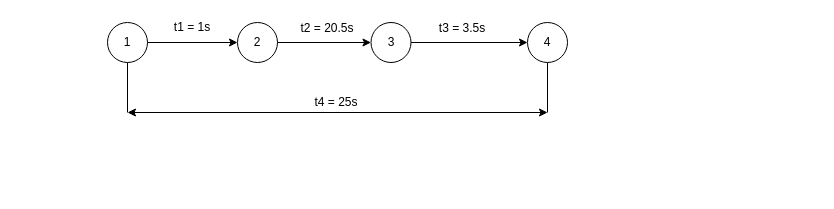
This is Tesis/Tiempos.drawio from jfnando3030/Maestria-de-Sofware, a draw.io file, before an edit. Source tidied: cells renumbered, new cells numbered last; positions are measured from the earlier drawing's top-left corner, leaving out a move shared by most shapes. Both pictures are drawn from the tidied source at 100%, with x=0, y=0 at pixel (107, 17).
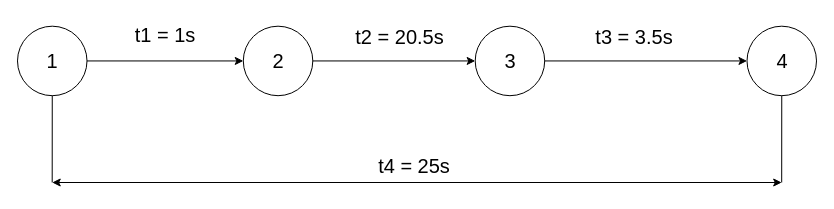
Above is the later version.

Change to the diagram source:
```diff
@@
 <mxGraphModel>
   <root>
     <mxCell id="0" />
     <mxCell id="1" parent="0" />
+    <mxCell id="16" style="group;fontSize=20;" parent="1" vertex="1">
+      <mxGeometry x="-90" width="799" height="165" as="geometry" />
+    </mxCell>
-    <mxCell id="2" value="1" style="ellipse;whiteSpace=wrap;html=1;" parent="1" vertex="1">
-      <mxGeometry y="5" width="40" height="40" as="geometry" />
+    <mxCell id="2" value="&lt;font style=&quot;font-size: 20px;&quot;&gt;1&lt;/font&gt;" style="ellipse;whiteSpace=wrap;html=1;fontSize=20;" parent="16" vertex="1">
+      <mxGeometry y="8.7" width="69.5" height="69.5" as="geometry" />
     </mxCell>
-    <mxCell id="3" value="2" style="ellipse;whiteSpace=wrap;html=1;" parent="1" vertex="1">
-      <mxGeometry x="130" y="5" width="40" height="40" as="geometry" />
+    <mxCell id="3" value="2" style="ellipse;whiteSpace=wrap;html=1;fontSize=20;" parent="16" vertex="1">
+      <mxGeometry x="225.8" y="8.7" width="69.5" height="69.5" as="geometry" />
     </mxCell>
-    <mxCell id="4" value="3" style="ellipse;whiteSpace=wrap;html=1;" parent="1" vertex="1">
-      <mxGeometry x="263.5" y="5" width="40" height="40" as="geometry" />
+    <mxCell id="4" value="3" style="ellipse;whiteSpace=wrap;html=1;fontSize=20;" parent="16" vertex="1">
+      <mxGeometry x="457.7" y="8.7" width="69.5" height="69.5" as="geometry" />
     </mxCell>
-    <mxCell id="5" value="4" style="ellipse;whiteSpace=wrap;html=1;" parent="1" vertex="1">
-      <mxGeometry x="420" y="5" width="40" height="40" as="geometry" />
+    <mxCell id="5" value="4" style="ellipse;whiteSpace=wrap;html=1;fontSize=20;" parent="16" vertex="1">
+      <mxGeometry x="729.5" y="8.7" width="69.5" height="69.5" as="geometry" />
     </mxCell>
-    <mxCell id="6" style="endArrow=none;html=1;entryX=0.5;entryY=1;entryDx=0;entryDy=0;" parent="1" edge="1" target="2">
+    <mxCell id="6" style="endArrow=none;html=1;entryX=0.5;entryY=1;entryDx=0;entryDy=0;fontSize=20;" parent="16" edge="1" target="2">
       <mxGeometry relative="1" as="geometry">
-        <mxPoint x="20" y="95" as="sourcePoint" />
+        <mxPoint x="34.7" y="165" as="sourcePoint" />
       </mxGeometry>
     </mxCell>
-    <mxCell id="7" style="endArrow=none;html=1;entryX=0.5;entryY=1;entryDx=0;entryDy=0;" parent="1" edge="1" target="5">
+    <mxCell id="7" style="endArrow=none;html=1;entryX=0.5;entryY=1;entryDx=0;entryDy=0;fontSize=20;" parent="16" edge="1" target="5">
       <mxGeometry relative="1" as="geometry">
-        <mxPoint x="440" y="95" as="sourcePoint" />
+        <mxPoint x="764.2" y="165" as="sourcePoint" />
       </mxGeometry>
     </mxCell>
-    <mxCell id="8" style="endArrow=classic;html=1;exitX=1;exitY=0.5;exitDx=0;exitDy=0;entryX=0;entryY=0.5;entryDx=0;entryDy=0;" parent="1" edge="1" source="2" target="3">
+    <mxCell id="8" style="endArrow=classic;html=1;exitX=1;exitY=0.5;exitDx=0;exitDy=0;entryX=0;entryY=0.5;entryDx=0;entryDy=0;fontSize=20;" parent="16" edge="1" source="2" target="3">
       <mxGeometry relative="1" as="geometry" />
     </mxCell>
-    <mxCell id="9" style="endArrow=classic;html=1;exitX=1;exitY=0.5;exitDx=0;exitDy=0;entryX=0;entryY=0.5;entryDx=0;entryDy=0;" parent="1" edge="1" source="3" target="4">
+    <mxCell id="9" style="endArrow=classic;html=1;exitX=1;exitY=0.5;exitDx=0;exitDy=0;entryX=0;entryY=0.5;entryDx=0;entryDy=0;fontSize=20;" parent="16" edge="1" source="3" target="4">
       <mxGeometry relative="1" as="geometry" />
     </mxCell>
-    <mxCell id="10" style="endArrow=classic;html=1;exitX=1;exitY=0.5;exitDx=0;exitDy=0;entryX=0;entryY=0.5;entryDx=0;entryDy=0;" parent="1" edge="1" source="4" target="5">
+    <mxCell id="10" style="endArrow=classic;html=1;exitX=1;exitY=0.5;exitDx=0;exitDy=0;entryX=0;entryY=0.5;entryDx=0;entryDy=0;fontSize=20;" parent="16" edge="1" source="4" target="5">
       <mxGeometry relative="1" as="geometry" />
     </mxCell>
-    <mxCell id="11" style="endArrow=classic;startArrow=classic;html=1;" parent="1" edge="1">
+    <mxCell id="11" style="endArrow=classic;startArrow=classic;html=1;fontSize=20;" parent="16" edge="1">
       <mxGeometry relative="1" as="geometry">
-        <mxPoint x="20" y="95" as="sourcePoint" />
-        <mxPoint x="440" y="95" as="targetPoint" />
+        <mxPoint x="34.7" y="165" as="sourcePoint" />
+        <mxPoint x="764.2" y="165" as="targetPoint" />
       </mxGeometry>
     </mxCell>
-    <mxCell id="12" value="t2 = 20.5s" style="text;html=1;strokeColor=none;fillColor=none;align=center;verticalAlign=middle;whiteSpace=wrap;rounded=0;" parent="1" vertex="1">
-      <mxGeometry x="180" y="1" width="80" height="20" as="geometry" />
+    <mxCell id="12" value="t2 = 20.5s" style="text;html=1;strokeColor=none;fillColor=none;align=center;verticalAlign=middle;whiteSpace=wrap;rounded=0;fontSize=20;" parent="16" vertex="1">
+      <mxGeometry x="312.6" y="1.7" width="138.9" height="34.7" as="geometry" />
     </mxCell>
-    <mxCell id="13" value="t1 = 1s" style="text;html=1;strokeColor=none;fillColor=none;align=center;verticalAlign=middle;whiteSpace=wrap;rounded=0;" parent="1" vertex="1">
-      <mxGeometry x="50" width="70" height="20" as="geometry" />
+    <mxCell id="13" value="&lt;font style=&quot;font-size: 20px;&quot;&gt;t1 = 1s&lt;/font&gt;" style="text;html=1;strokeColor=none;fillColor=none;align=center;verticalAlign=middle;whiteSpace=wrap;rounded=0;fontSize=20;" parent="16" vertex="1">
+      <mxGeometry x="86.8" width="121.6" height="34.7" as="geometry" />
     </mxCell>
-    <mxCell id="14" value="t4 = 25s" style="text;html=1;strokeColor=none;fillColor=none;align=center;verticalAlign=middle;whiteSpace=wrap;rounded=0;" parent="1" vertex="1">
-      <mxGeometry x="193.5" y="75" width="70" height="20" as="geometry" />
+    <mxCell id="14" value="t4 = 25s" style="text;html=1;strokeColor=none;fillColor=none;align=center;verticalAlign=middle;whiteSpace=wrap;rounded=0;fontSize=20;" parent="16" vertex="1">
+      <mxGeometry x="336.1" y="130.3" width="121.6" height="34.7" as="geometry" />
     </mxCell>
-    <mxCell id="15" value="t3 = 3.5s" style="text;html=1;strokeColor=none;fillColor=none;align=center;verticalAlign=middle;whiteSpace=wrap;rounded=0;" parent="1" vertex="1">
-      <mxGeometry x="320" y="1" width="70" height="20" as="geometry" />
+    <mxCell id="15" value="t3 = 3.5s" style="text;html=1;strokeColor=none;fillColor=none;align=center;verticalAlign=middle;whiteSpace=wrap;rounded=0;fontSize=20;" parent="16" vertex="1">
+      <mxGeometry x="555.8" y="1.7" width="121.6" height="34.7" as="geometry" />
     </mxCell>
   </root>
 </mxGraphModel>
```
